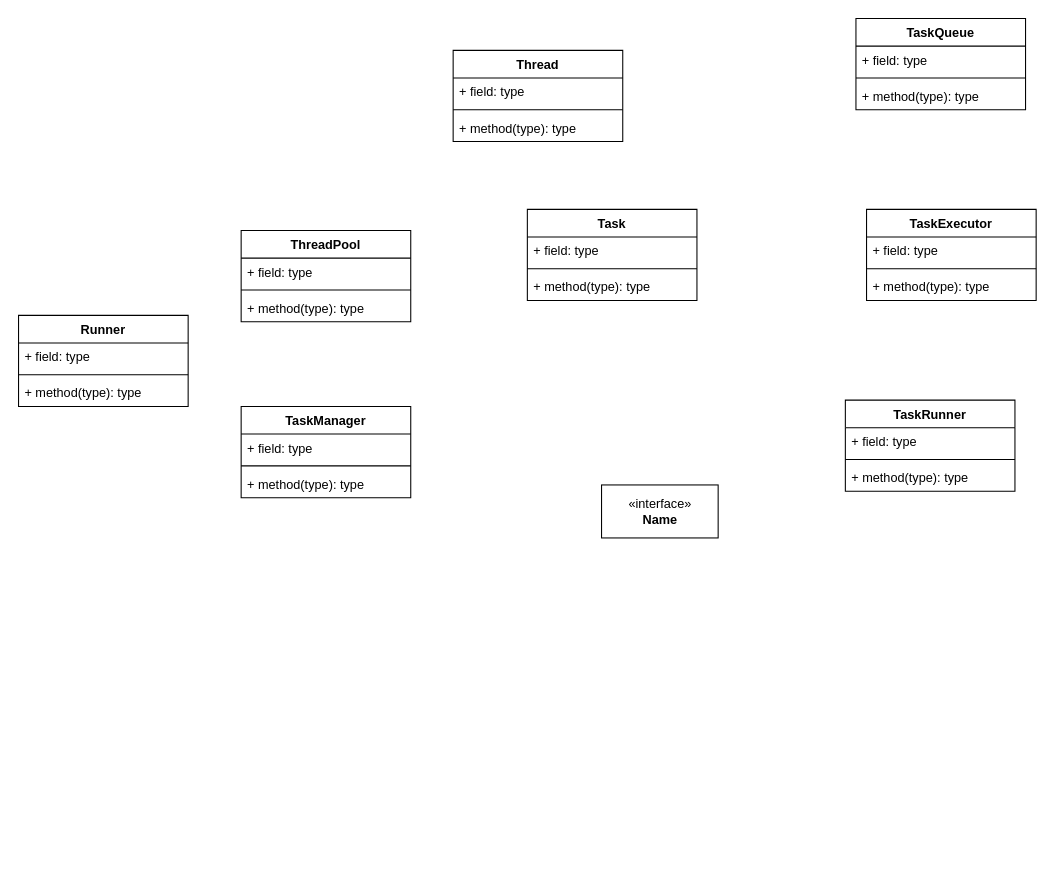
Before: page "Class" (2 of 2) of doc/task_runner.drawio in ISSuh/task_runner, a draw.io diagram. Source tidied: cells renumbered, new cells numbered last; positions are measured from the earlier drawing's top-left corner, leaving out a move shared by most shapes. Both pictures are drawn from the tidied source at 106%, with x=0, y=0 at pixel (18, 18).
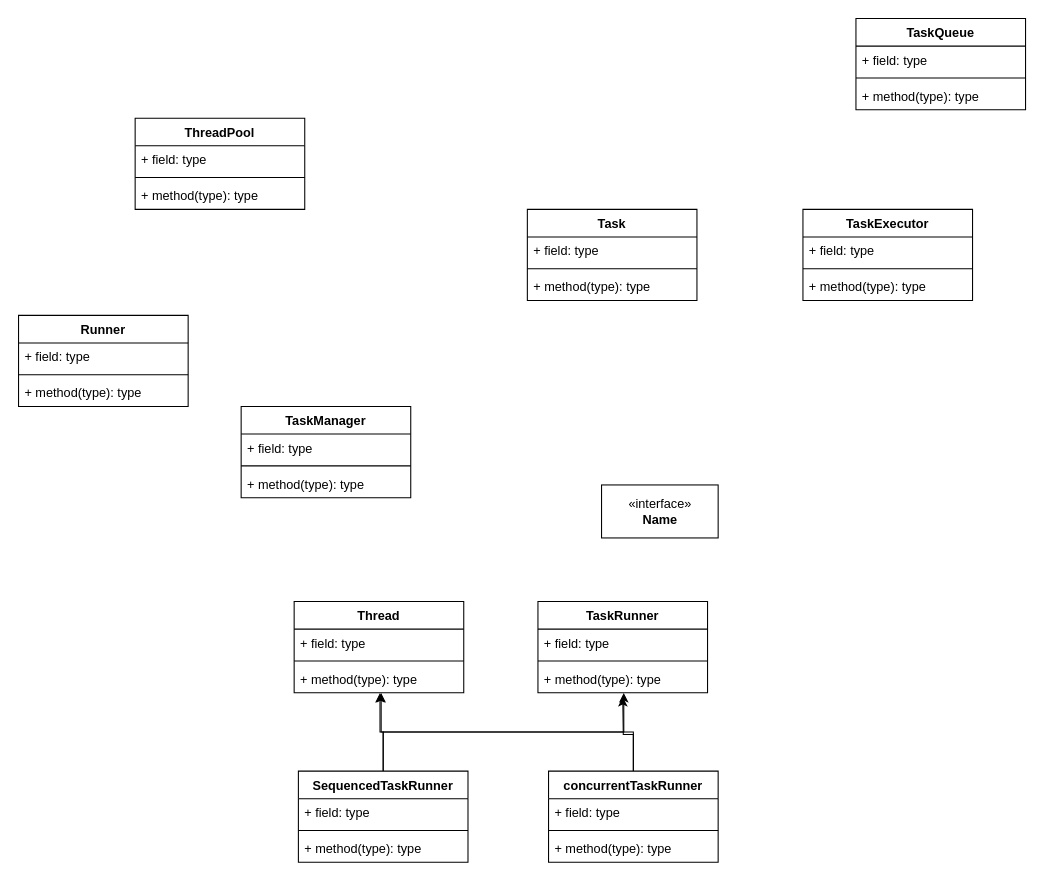
Above is the later version.

The change refers to these unchanged cells:
```xml
<mxCell id="17" value="+ method(type): type" style="text;strokeColor=none;fillColor=none;align=left;verticalAlign=top;spacingLeft=4;spacingRight=4;overflow=hidden;points=[[0,0.5],[1,0.5]];portConstraint=eastwest;" parent="14" vertex="1">
  <mxGeometry y="60" width="160" height="26" as="geometry" />
</mxCell>
```

What changed in the source:
```diff
@@
     <mxCell id="6" value="ThreadPool" style="swimlane;fontStyle=1;align=center;verticalAlign=top;horizontal=1;startSize=26;" parent="1" vertex="1">
-      <mxGeometry x="210" y="200" width="160" height="86" as="geometry" />
+      <mxGeometry x="110" y="94" width="160" height="86" as="geometry" />
     </mxCell>
@@
     <mxCell id="14" value="Thread" style="swimlane;fontStyle=1;align=center;verticalAlign=top;horizontal=1;startSize=26;" parent="1" vertex="1">
-      <mxGeometry x="410" y="30" width="160" height="86" as="geometry" />
+      <mxGeometry x="260" y="550" width="160" height="86" as="geometry" />
     </mxCell>
@@
     <mxCell id="22" value="TaskExecutor" style="swimlane;fontStyle=1;align=center;verticalAlign=top;horizontal=1;startSize=26;" parent="1" vertex="1">
-      <mxGeometry x="800" y="180" width="160" height="86" as="geometry" />
+      <mxGeometry x="740" y="180" width="160" height="86" as="geometry" />
     </mxCell>
@@
-    <mxCell id="26" value="TaskRunner" style="swimlane;fontStyle=1;align=center;verticalAlign=top;horizontal=1;startSize=26;" parent="1" vertex="1">
-      <mxGeometry x="780" y="360" width="160" height="86" as="geometry" />
-    </mxCell>
-    <mxCell id="27" value="+ field: type" style="text;strokeColor=none;fillColor=none;align=left;verticalAlign=top;spacingLeft=4;spacingRight=4;overflow=hidden;" parent="26" vertex="1">
-      <mxGeometry y="26" width="160" height="26" as="geometry" />
-    </mxCell>
-    <mxCell id="28" style="line;strokeWidth=1;fillColor=none;align=left;verticalAlign=middle;spacingTop=-1;spacingLeft=3;spacingRight=3;labelPosition=right;" parent="26" vertex="1">
-      <mxGeometry y="52" width="160" height="8" as="geometry" />
-    </mxCell>
-    <mxCell id="29" value="+ method(type): type" style="text;strokeColor=none;fillColor=none;align=left;verticalAlign=top;spacingLeft=4;spacingRight=4;overflow=hidden;" parent="26" vertex="1">
-      <mxGeometry y="60" width="160" height="26" as="geometry" />
-    </mxCell>
@@
+    <mxCell id="26" value="TaskRunner" style="swimlane;fontStyle=1;align=center;verticalAlign=top;horizontal=1;startSize=26;" parent="1" vertex="1">
+      <mxGeometry x="490" y="550" width="160" height="86" as="geometry" />
+    </mxCell>
+    <mxCell id="35" value="+ field: type" style="text;strokeColor=none;fillColor=none;align=left;verticalAlign=top;spacingLeft=4;spacingRight=4;overflow=hidden;" parent="26" vertex="1">
+      <mxGeometry y="26" width="160" height="26" as="geometry" />
+    </mxCell>
+    <mxCell id="36" style="line;strokeWidth=1;fillColor=none;align=left;verticalAlign=middle;spacingTop=-1;spacingLeft=3;spacingRight=3;labelPosition=right;" parent="26" vertex="1">
+      <mxGeometry y="52" width="160" height="8" as="geometry" />
+    </mxCell>
+    <mxCell id="37" value="+ method(type): type" style="text;strokeColor=none;fillColor=none;align=left;verticalAlign=top;spacingLeft=4;spacingRight=4;overflow=hidden;points=[[0,0.5],[1,0.5]];portConstraint=eastwest;" parent="26" vertex="1">
+      <mxGeometry y="60" width="160" height="26" as="geometry" />
+    </mxCell>
+    <mxCell id="38" style="edgeStyle=orthogonalEdgeStyle;rounded=0;jettySize=auto;html=1;entryX=0.506;entryY=1.008;entryDx=0;entryDy=0;entryPerimeter=0;" parent="1" edge="1" source="40" target="17">
+      <mxGeometry relative="1" as="geometry" />
+    </mxCell>
+    <mxCell id="39" style="edgeStyle=orthogonalEdgeStyle;rounded=0;jettySize=auto;html=1;entryX=0.506;entryY=1.008;entryDx=0;entryDy=0;entryPerimeter=0;" parent="1" edge="1" source="40" target="37">
+      <mxGeometry relative="1" as="geometry" />
+    </mxCell>
+    <mxCell id="40" value="SequencedTaskRunner" style="swimlane;fontStyle=1;align=center;verticalAlign=top;horizontal=1;startSize=26;" parent="1" vertex="1">
+      <mxGeometry x="264" y="710" width="160" height="86" as="geometry" />
+    </mxCell>
+    <mxCell id="41" value="+ field: type" style="text;strokeColor=none;fillColor=none;align=left;verticalAlign=top;spacingLeft=4;spacingRight=4;overflow=hidden;" parent="40" vertex="1">
+      <mxGeometry y="26" width="160" height="26" as="geometry" />
+    </mxCell>
+    <mxCell id="42" style="line;strokeWidth=1;fillColor=none;align=left;verticalAlign=middle;spacingTop=-1;spacingLeft=3;spacingRight=3;labelPosition=right;" parent="40" vertex="1">
+      <mxGeometry y="52" width="160" height="8" as="geometry" />
+    </mxCell>
+    <mxCell id="43" value="+ method(type): type" style="text;strokeColor=none;fillColor=none;align=left;verticalAlign=top;spacingLeft=4;spacingRight=4;overflow=hidden;" parent="40" vertex="1">
+      <mxGeometry y="60" width="160" height="26" as="geometry" />
+    </mxCell>
+    <mxCell id="44" style="edgeStyle=orthogonalEdgeStyle;rounded=0;jettySize=auto;html=1;" parent="1" edge="1" source="46">
+      <mxGeometry relative="1" as="geometry">
+        <mxPoint x="570" y="640" as="targetPoint" />
+      </mxGeometry>
+    </mxCell>
+    <mxCell id="45" style="edgeStyle=orthogonalEdgeStyle;rounded=0;jettySize=auto;html=1;entryX=0.513;entryY=1.008;entryDx=0;entryDy=0;entryPerimeter=0;" parent="1" edge="1" source="46" target="17">
+      <mxGeometry relative="1" as="geometry" />
+    </mxCell>
+    <mxCell id="46" value="concurrentTaskRunner" style="swimlane;fontStyle=1;align=center;verticalAlign=top;horizontal=1;startSize=26;" parent="1" vertex="1">
+      <mxGeometry x="500" y="710" width="160" height="86" as="geometry" />
+    </mxCell>
+    <mxCell id="47" value="+ field: type" style="text;strokeColor=none;fillColor=none;align=left;verticalAlign=top;spacingLeft=4;spacingRight=4;overflow=hidden;" parent="46" vertex="1">
+      <mxGeometry y="26" width="160" height="26" as="geometry" />
+    </mxCell>
+    <mxCell id="48" style="line;strokeWidth=1;fillColor=none;align=left;verticalAlign=middle;spacingTop=-1;spacingLeft=3;spacingRight=3;labelPosition=right;" parent="46" vertex="1">
+      <mxGeometry y="52" width="160" height="8" as="geometry" />
+    </mxCell>
+    <mxCell id="49" value="+ method(type): type" style="text;strokeColor=none;fillColor=none;align=left;verticalAlign=top;spacingLeft=4;spacingRight=4;overflow=hidden;" parent="46" vertex="1">
+      <mxGeometry y="60" width="160" height="26" as="geometry" />
+    </mxCell>
```
